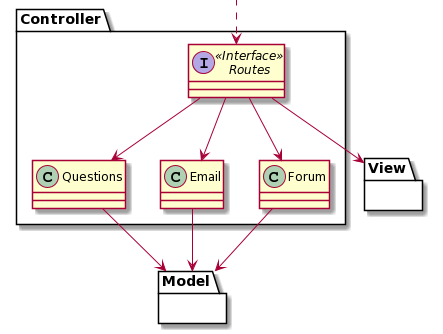
Before: docs/diagrams/Controller.png, a diagram exported from PlantUML (Orbital-Knewbie/Knewbie).
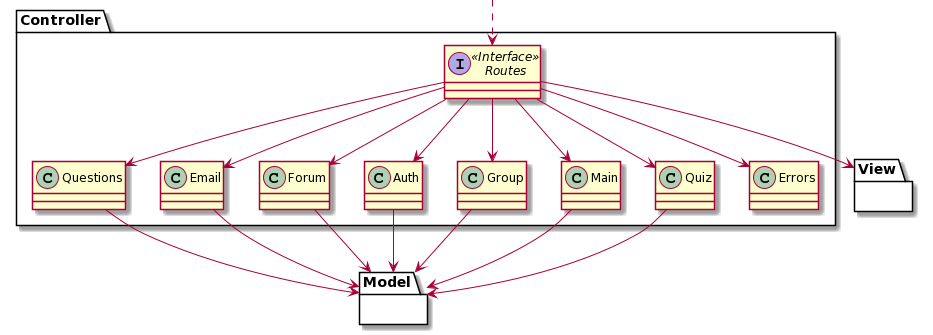
The same diagram one commit later.

The edit, as a diff of the source:
```diff
@@ -3,6 +3,11 @@
 Class Questions
 Class Email
 Class Forum
+Class Auth
+Class Group
+Class Main
+Class Quiz
+Class Errors
 Interface Routes <<Interface>>
 }
 
@@ -18,8 +23,19 @@
 Routes --> Questions
 Routes --> Email
 Routes --> Forum
+Routes --> Auth
+Routes --> Group
+Routes --> Main
+Routes --> Quiz
+Routes --> Errors
+
 Questions --> Model
 Email --> Model
 Forum --> Model
+Auth --> Model
+Group --> Model
+Main --> Model
+Quiz --> Model
+
 Routes --> View
 @enduml
```
